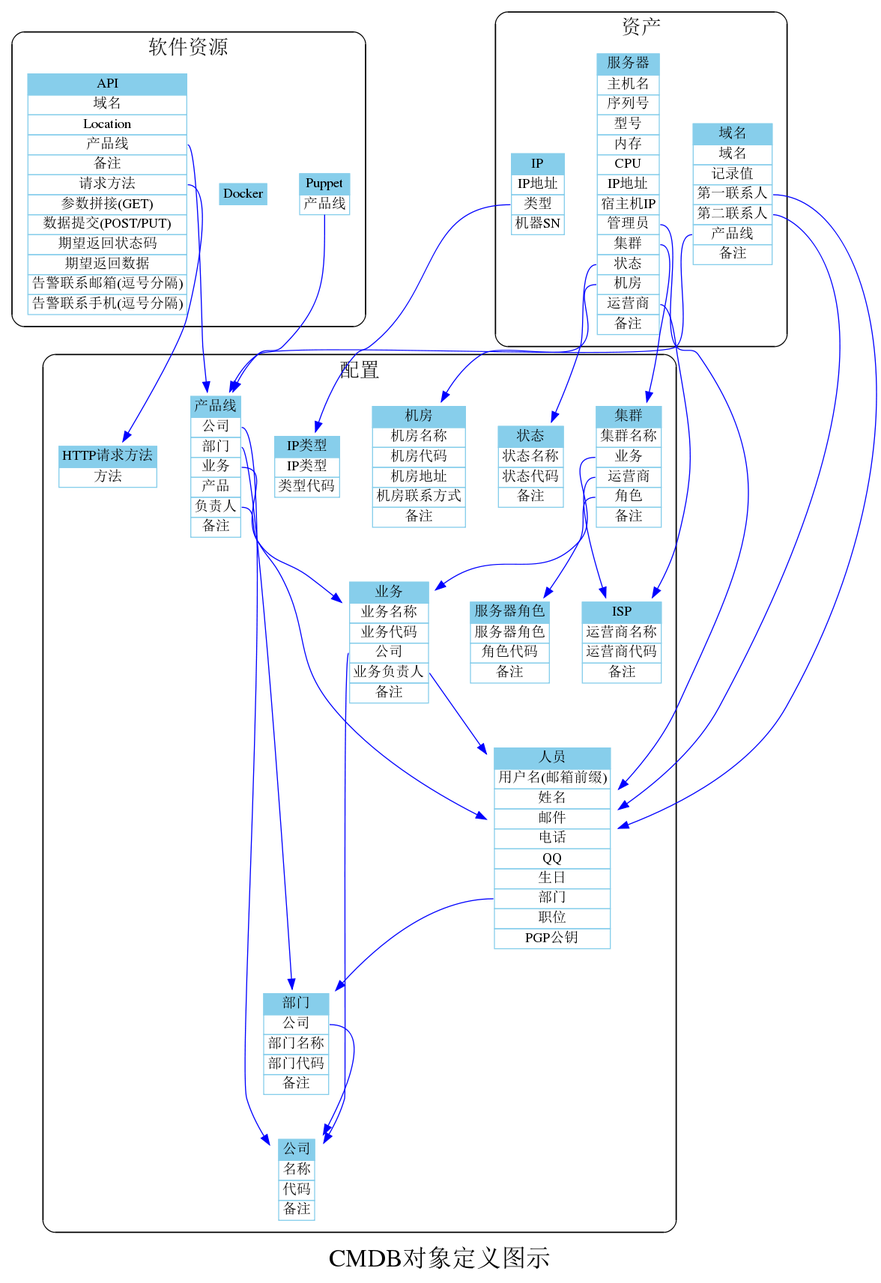
Above: cmdb/yourcmdb/gen-object-xml/cmdb.png in annProg/learn (Graphviz), before the change. Its source is kept beside it as cmdb/yourcmdb/gen-object-xml/cmdb.dot.
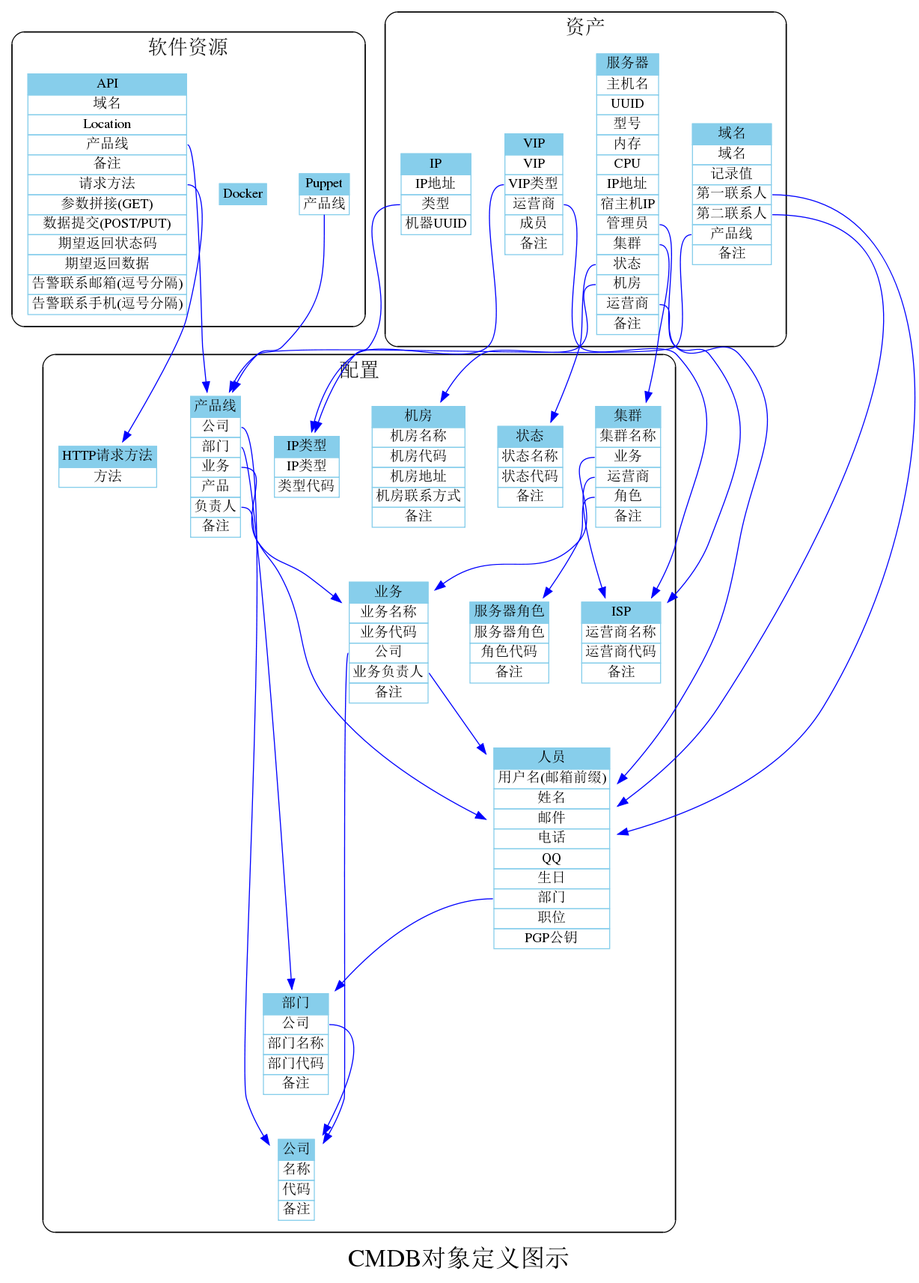
Later version of the same file.

Change to the diagram source:
```diff
@@ -52,13 +52,16 @@
  style="rounded";
 
         "IP":iptype -> "IP类型" [color="blue",side="l"];
-        "IP" [color="skyblue", shape="plaintext", label=<<table border="0" cellborder="1" cellspacing="0" align="left"><tr><td bgcolor="skyblue">IP</td></tr><tr><td port="ip">IP地址</td></tr><tr><td port="iptype">类型</td></tr><tr><td port="sn">机器SN</td></tr></table>>];
+        "IP" [color="skyblue", shape="plaintext", label=<<table border="0" cellborder="1" cellspacing="0" align="left"><tr><td bgcolor="skyblue">IP</td></tr><tr><td port="ip">IP地址</td></tr><tr><td port="iptype">类型</td></tr><tr><td port="uuid">机器UUID</td></tr></table>>];
+        "VIP":type -> "IP类型" [color="blue",side="l"];
+        "VIP":isp -> "ISP" [color="blue",side="l"];
+        "VIP" [color="skyblue", shape="plaintext", label=<<table border="0" cellborder="1" cellspacing="0" align="left"><tr><td bgcolor="skyblue">VIP</td></tr><tr><td port="ip">VIP</td></tr><tr><td port="type">VIP类型</td></tr><tr><td port="isp">运营商</td></tr><tr><td port="member">成员</td></tr><tr><td port="comment">备注</td></tr></table>>];
         "服务器":administrator -> "人员" [color="blue",side="l"];
         "服务器":cluster -> "集群" [color="blue",side="l"];
         "服务器":status -> "状态" [color="blue",side="l"];
         "服务器":location -> "机房" [color="blue",side="l"];
         "服务器":isp -> "ISP" [color="blue",side="l"];
-        "服务器" [color="skyblue", shape="plaintext", label=<<table border="0" cellborder="1" cellspacing="0" align="left"><tr><td bgcolor="skyblue">服务器</td></tr><tr><td port="hostname">主机名</td></tr><tr><td port="sn">序列号</td></tr><tr><td port="model">型号</td></tr><tr><td port="mem">内存</td></tr><tr><td port="cpu">CPU</td></tr><tr><td port="ip">IP地址</td></tr><tr><td port="hypervisor-ip">宿主机IP</td></tr><tr><td port="administrator">管理员</td></tr><tr><td port="cluster">集群</td></tr><tr><td port="status">状态</td></tr><tr><td port="location">机房</td></tr><tr><td port="isp">运营商</td></tr><tr><td port="comment">备注</td></tr></table>>];
+        "服务器" [color="skyblue", shape="plaintext", label=<<table border="0" cellborder="1" cellspacing="0" align="left"><tr><td bgcolor="skyblue">服务器</td></tr><tr><td port="hostname">主机名</td></tr><tr><td port="uuid">UUID</td></tr><tr><td port="model">型号</td></tr><tr><td port="mem">内存</td></tr><tr><td port="cpu">CPU</td></tr><tr><td port="ip">IP地址</td></tr><tr><td port="hypervisor-ip">宿主机IP</td></tr><tr><td port="administrator">管理员</td></tr><tr><td port="cluster">集群</td></tr><tr><td port="status">状态</td></tr><tr><td port="location">机房</td></tr><tr><td port="isp">运营商</td></tr><tr><td port="comment">备注</td></tr></table>>];
         "域名":contact1 -> "人员" [color="blue",side="l"];
         "域名":contact2 -> "人员" [color="blue",side="l"];
         "域名":product -> "产品线" [color="blue",side="l"];
```
